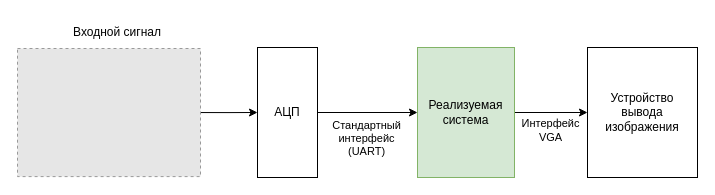
Earlier version of the draw.io diagram page "Приём входного сигнала" (5 of 7) of docs/block_diagram.drawio (trickybestia/function_plotter). Source tidied: cells renumbered, new cells numbered last; positions are measured from the earlier drawing's top-left corner, leaving out a move shared by most shapes. Both pictures are drawn from the tidied source at 100%, with x=0, y=0 at pixel (17, 17). Pictures stored in the file or linked from it are replaced by grey dashed boxes.
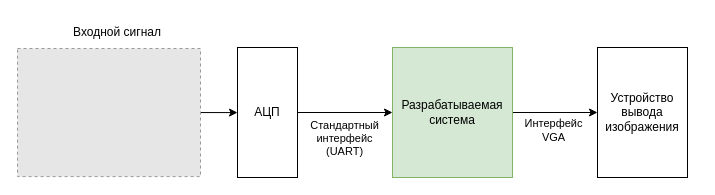
The same page after the edit.

The edit, as a diff of the source:
```diff
@@
 <mxGraphModel>
   <root>
     <mxCell id="0" />
     <mxCell id="1" parent="0" />
     <mxCell id="2" style="edgeStyle=orthogonalEdgeStyle;rounded=0;jettySize=auto;html=1;exitX=1;exitY=0.5;exitDx=0;exitDy=0;entryX=0;entryY=0.5;entryDx=0;entryDy=0;" parent="1" edge="1" source="4" target="9">
       <mxGeometry relative="1" as="geometry" />
     </mxCell>
     <mxCell id="3" value="Стандартный&lt;div&gt;интерфейс&lt;/div&gt;&lt;div&gt;(UART)&lt;/div&gt;" style="edgeLabel;html=1;align=center;verticalAlign=middle;" parent="2" vertex="1">
       <mxGeometry x="-0.02" y="-3" relative="1" as="geometry">
         <mxPoint x="-1" y="22" as="offset" />
       </mxGeometry>
     </mxCell>
     <mxCell id="4" value="АЦП" style="rounded=0;whiteSpace=wrap;html=1;" parent="1" vertex="1">
-      <mxGeometry x="240" y="30" width="60" height="130" as="geometry" />
+      <mxGeometry x="220" y="30" width="60" height="130" as="geometry" />
     </mxCell>
     <mxCell id="5" style="edgeStyle=orthogonalEdgeStyle;rounded=0;jettySize=auto;html=1;exitX=1;exitY=0.5;exitDx=0;exitDy=0;entryX=0;entryY=0.5;entryDx=0;entryDy=0;" parent="1" edge="1" source="6" target="4">
       <mxGeometry relative="1" as="geometry" />
     </mxCell>
     <mxCell id="6" style="fillColor=#E6E6E6;strokeColor=#999999;dashed=1;verticalLabelPosition=bottom;labelBackgroundColor=default;verticalAlign=top;" parent="1" vertex="1">
       <mxGeometry y="31" width="183" height="128.1" as="geometry" />
     </mxCell>
     <mxCell id="7" style="edgeStyle=orthogonalEdgeStyle;rounded=0;jettySize=auto;html=1;exitX=1;exitY=0.5;exitDx=0;exitDy=0;entryX=0;entryY=0.5;entryDx=0;entryDy=0;" parent="1" edge="1" source="9" target="10">
       <mxGeometry relative="1" as="geometry" />
     </mxCell>
     <mxCell id="8" value="Интерфейс&lt;div&gt;VGA&lt;/div&gt;" style="edgeLabel;html=1;align=center;verticalAlign=middle;" parent="7" vertex="1">
       <mxGeometry x="-0.05" y="2" relative="1" as="geometry">
         <mxPoint y="19" as="offset" />
       </mxGeometry>
     </mxCell>
-    <mxCell id="9" value="Реализуемая система" style="rounded=0;whiteSpace=wrap;html=1;fillColor=#d5e8d4;strokeColor=#82b366;" parent="1" vertex="1">
-      <mxGeometry x="400" y="30" width="97" height="130" as="geometry" />
+    <mxCell id="9" value="Разрабатываемая система" style="rounded=0;whiteSpace=wrap;html=1;fillColor=#d5e8d4;strokeColor=#82b366;" parent="1" vertex="1">
+      <mxGeometry x="375" y="30" width="120" height="130" as="geometry" />
     </mxCell>
     <mxCell id="10" value="Устройство&lt;div&gt;вывода изображения&lt;/div&gt;" style="rounded=0;whiteSpace=wrap;html=1;" parent="1" vertex="1">
-      <mxGeometry x="570" y="30" width="110" height="130" as="geometry" />
+      <mxGeometry x="580" y="30" width="90" height="130" as="geometry" />
     </mxCell>
     <mxCell id="11" value="Входной сигнал" style="text;html=1;whiteSpace=wrap;strokeColor=none;fillColor=none;align=center;verticalAlign=middle;rounded=0;" parent="1" vertex="1">
       <mxGeometry x="50" width="100" height="30" as="geometry" />
     </mxCell>
   </root>
 </mxGraphModel>
```
